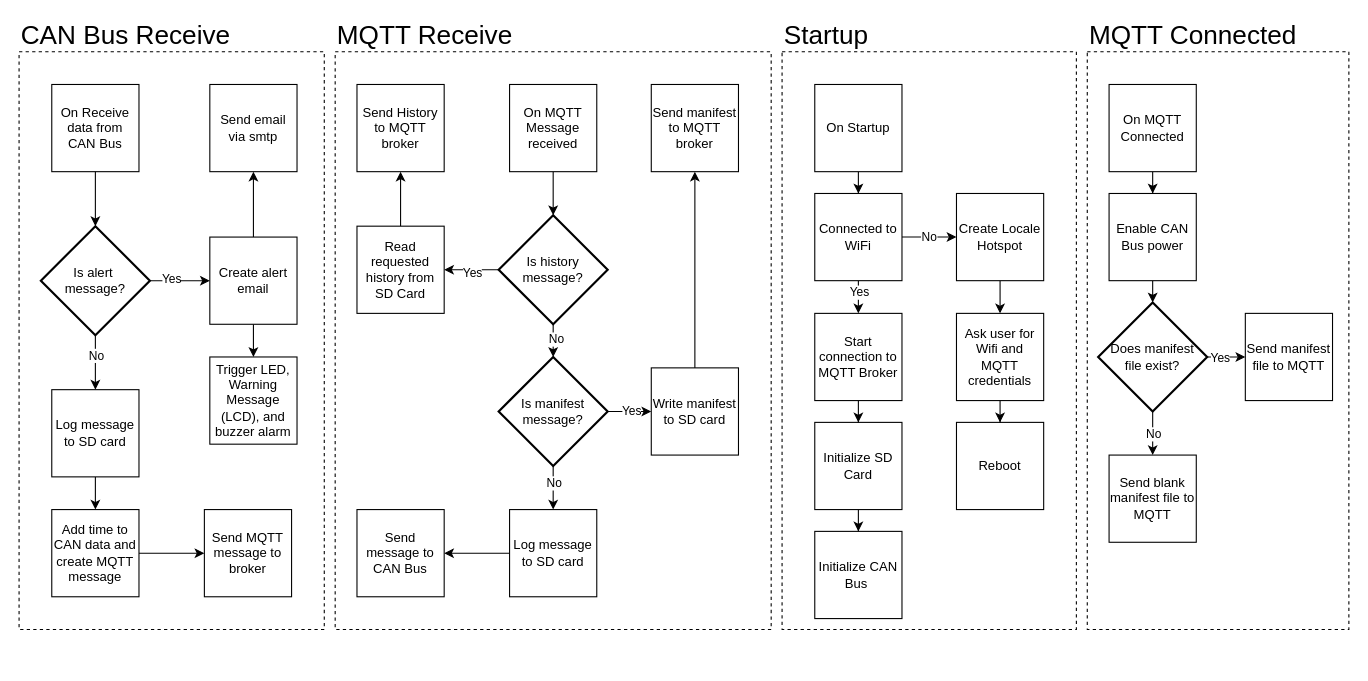
The draw.io diagram BlockDiagrams/BaseStationSoftware.drawio in ProjectFishWorks/Documentation, before the edit. Source tidied: cells renumbered, new cells numbered last; positions are measured from the earlier drawing's top-left corner, leaving out a move shared by most shapes. Both pictures are drawn from the tidied source at 109%, with x=0, y=0 at pixel (19, 19).
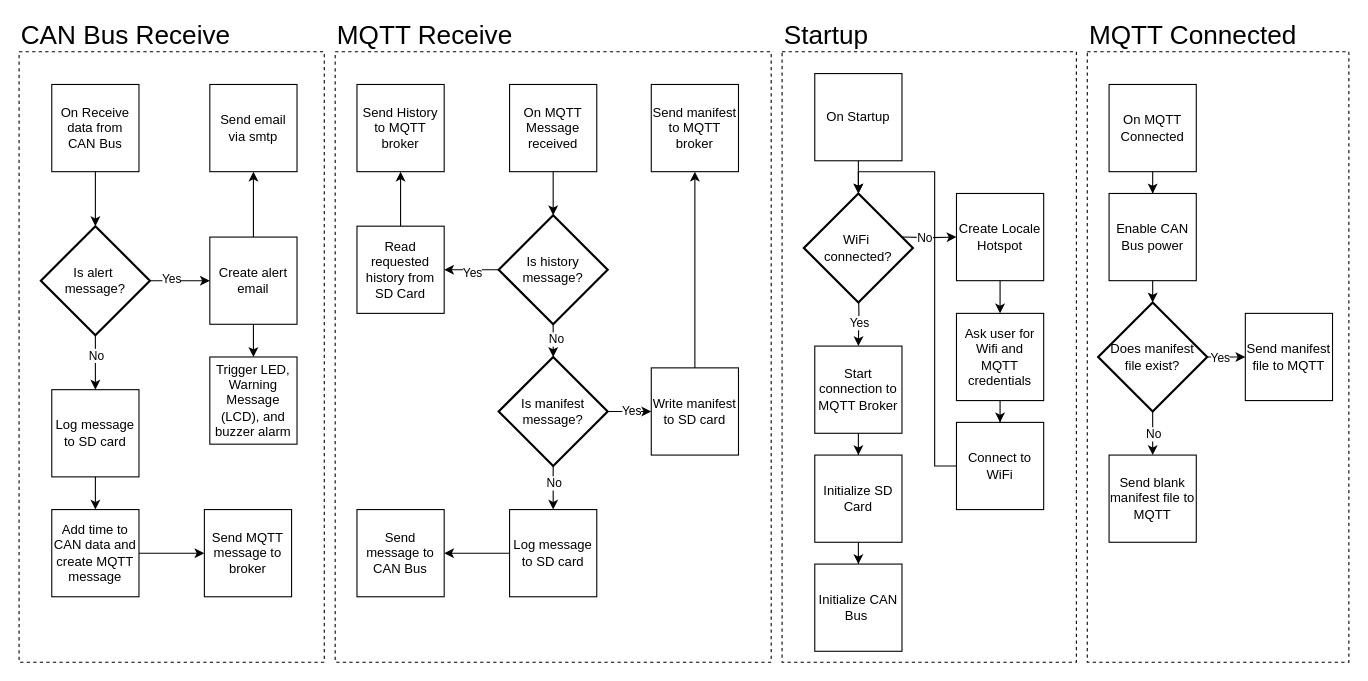
The same diagram, later.

Unchanged cells that the change refers to:
```xml
<mxCell id="72" value="Create Locale Hotspot" style="whiteSpace=wrap;html=1;" parent="1" vertex="1">
  <mxGeometry x="860" y="160" width="80" height="80" as="geometry" />
</mxCell>
```

What changed in the source:
```diff
@@
     <mxCell id="2" style="rounded=0;whiteSpace=wrap;html=1;fillColor=none;dashed=1;" parent="1" vertex="1">
-      <mxGeometry x="700" y="30" width="270" height="530" as="geometry" />
+      <mxGeometry x="700" y="30" width="270" height="560" as="geometry" />
     </mxCell>
     <mxCell id="3" style="rounded=0;whiteSpace=wrap;html=1;fillColor=none;dashed=1;" parent="1" vertex="1">
-      <mxGeometry y="30" width="280" height="530" as="geometry" />
+      <mxGeometry y="30" width="280" height="560" as="geometry" />
     </mxCell>
@@
-    <mxCell id="41" style="edgeStyle=orthogonalEdgeStyle;rounded=0;jettySize=auto;html=1;entryX=0.5;entryY=0;entryDx=0;entryDy=0;" parent="1" edge="1" source="42" target="47">
-      <mxGeometry relative="1" as="geometry" />
+    <mxCell id="41" style="edgeStyle=orthogonalEdgeStyle;rounded=0;jettySize=auto;html=1;entryX=0.5;entryY=0;entryDx=0;entryDy=0;" parent="1" edge="1" source="42">
+      <mxGeometry relative="1" as="geometry">
+        <mxPoint x="770" y="160" as="targetPoint" />
+      </mxGeometry>
     </mxCell>
     <mxCell id="42" value="On Startup" style="whiteSpace=wrap;html=1;" parent="1" vertex="1">
-      <mxGeometry x="730" y="60" width="80" height="80" as="geometry" />
+      <mxGeometry x="730" y="50" width="80" height="80" as="geometry" />
     </mxCell>
-    <mxCell id="43" style="edgeStyle=orthogonalEdgeStyle;rounded=0;jettySize=auto;html=1;entryX=0.5;entryY=0;entryDx=0;entryDy=0;" parent="1" edge="1" source="47" target="52">
-      <mxGeometry relative="1" as="geometry" />
+    <mxCell id="43" style="edgeStyle=orthogonalEdgeStyle;rounded=0;jettySize=auto;html=1;entryX=0.5;entryY=0;entryDx=0;entryDy=0;" parent="1" edge="1" target="52">
+      <mxGeometry relative="1" as="geometry">
+        <mxPoint x="770" y="240" as="sourcePoint" />
+      </mxGeometry>
     </mxCell>
@@
-    <mxCell id="45" style="edgeStyle=orthogonalEdgeStyle;rounded=0;jettySize=auto;html=1;exitX=1;exitY=0.5;exitDx=0;exitDy=0;entryX=0;entryY=0.5;entryDx=0;entryDy=0;" parent="1" edge="1" source="47" target="72">
-      <mxGeometry relative="1" as="geometry" />
+    <mxCell id="45" style="edgeStyle=orthogonalEdgeStyle;rounded=0;jettySize=auto;html=1;exitX=1;exitY=0.5;exitDx=0;exitDy=0;entryX=0;entryY=0.5;entryDx=0;entryDy=0;" parent="1" edge="1" target="72">
+      <mxGeometry relative="1" as="geometry">
+        <mxPoint x="810" y="200" as="sourcePoint" />
+      </mxGeometry>
     </mxCell>
     <mxCell id="46" value="No" style="edgeLabel;html=1;align=center;verticalAlign=middle;" parent="45" vertex="1">
-      <mxGeometry x="-0.05" y="1" relative="1" as="geometry" />
+      <mxGeometry x="-0.05" y="1" relative="1" as="geometry">
+        <mxPoint x="-4" y="1" as="offset" />
+      </mxGeometry>
     </mxCell>
-    <mxCell id="47" value="Connected to WiFi" style="whiteSpace=wrap;html=1;" parent="1" vertex="1">
-      <mxGeometry x="730" y="160" width="80" height="80" as="geometry" />
-    </mxCell>
@@
     <mxCell id="49" value="Initialize SD Card" style="whiteSpace=wrap;html=1;" parent="1" vertex="1">
-      <mxGeometry x="730" y="370" width="80" height="80" as="geometry" />
+      <mxGeometry x="730" y="400" width="80" height="80" as="geometry" />
     </mxCell>
     <mxCell id="50" value="Initialize CAN Bus&amp;nbsp;" style="whiteSpace=wrap;html=1;" parent="1" vertex="1">
-      <mxGeometry x="730" y="470" width="80" height="80" as="geometry" />
+      <mxGeometry x="730" y="500" width="80" height="80" as="geometry" />
     </mxCell>
@@
     <mxCell id="52" value="Start connection to MQTT Broker" style="whiteSpace=wrap;html=1;" parent="1" vertex="1">
-      <mxGeometry x="730" y="270" width="80" height="80" as="geometry" />
+      <mxGeometry x="730" y="300" width="80" height="80" as="geometry" />
     </mxCell>
@@
     <mxCell id="65" style="rounded=0;whiteSpace=wrap;html=1;fillColor=none;dashed=1;" parent="1" vertex="1">
-      <mxGeometry x="290" y="30" width="400" height="530" as="geometry" />
+      <mxGeometry x="290" y="30" width="400" height="560" as="geometry" />
     </mxCell>
     <mxCell id="66" style="rounded=0;whiteSpace=wrap;html=1;fillColor=none;dashed=1;" parent="1" vertex="1">
-      <mxGeometry x="980" y="30" width="240" height="530" as="geometry" />
+      <mxGeometry x="980" y="30" width="240" height="560" as="geometry" />
     </mxCell>
@@
-    <mxCell id="73" value="Reboot" style="whiteSpace=wrap;html=1;" parent="1" vertex="1">
+    <mxCell id="73" value="Connect to&lt;div&gt;WiFi&lt;/div&gt;" style="whiteSpace=wrap;html=1;" parent="1" vertex="1">
       <mxGeometry x="860" y="370" width="80" height="80" as="geometry" />
     </mxCell>
@@
+    <mxCell id="76" value="WiFi&amp;nbsp;&lt;div&gt;connected?&lt;/div&gt;" style="strokeWidth=2;html=1;shape=mxgraph.flowchart.decision;whiteSpace=wrap;" parent="1" vertex="1">
+      <mxGeometry x="720" y="160" width="100" height="100" as="geometry" />
+    </mxCell>
+    <mxCell id="77" style="edgeStyle=orthogonalEdgeStyle;rounded=0;jettySize=auto;html=1;entryX=0.5;entryY=0;entryDx=0;entryDy=0;entryPerimeter=0;" parent="1" edge="1" source="73" target="76">
+      <mxGeometry relative="1" as="geometry" />
+    </mxCell>
```
